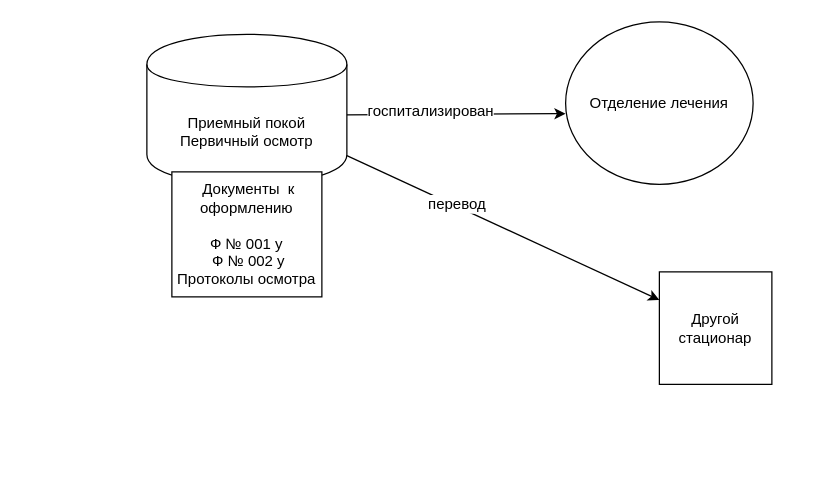
Above: Приемный покой.drawio in ShirapGanja/EMD (draw.io), before the change. Source tidied: cells renumbered, new cells numbered last; positions are measured from the earlier drawing's top-left corner, leaving out a move shared by most shapes. Both pictures are drawn from the tidied source at 125%, with x=0, y=0 at pixel (146, 21).
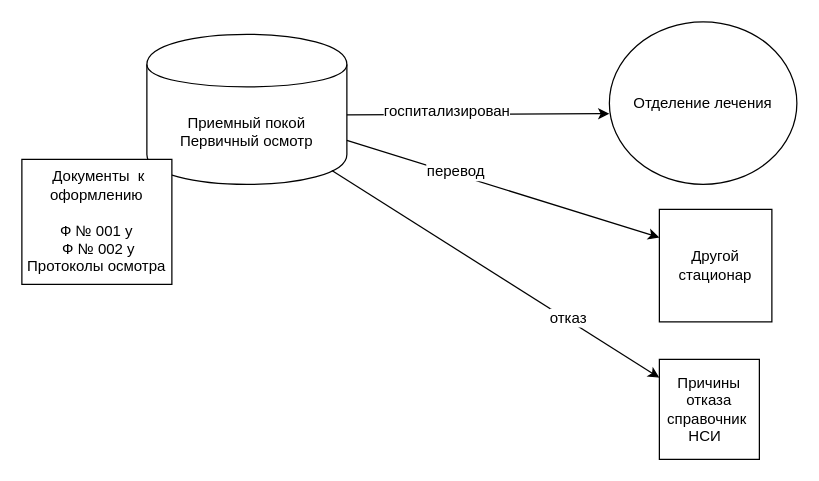
Above is the later version.

The edit, as a diff of the source:
```diff
@@
 <mxGraphModel>
   <root>
     <mxCell id="0" />
     <mxCell id="1" parent="0" />
     <mxCell id="2" value="Приемный покой&lt;br&gt;Первичный осмотр" style="shape=cylinder;whiteSpace=wrap;html=1;boundedLbl=1;backgroundOutline=1;" parent="1" vertex="1">
       <mxGeometry y="10" width="160" height="120" as="geometry" />
     </mxCell>
     <mxCell id="3" value="Отделение лечения" style="ellipse;whiteSpace=wrap;html=1;" parent="1" vertex="1">
-      <mxGeometry x="335" width="150" height="130" as="geometry" />
+      <mxGeometry x="370" width="150" height="130" as="geometry" />
     </mxCell>
     <mxCell id="4" style="endArrow=classic;html=1;entryX=0;entryY=0.565;entryDx=0;entryDy=0;entryPerimeter=0;exitX=1;exitY=0.536;exitDx=0;exitDy=0;exitPerimeter=0;" parent="1" edge="1" source="2" target="3">
       <mxGeometry relative="1" as="geometry" />
     </mxCell>
     <mxCell id="5" value="госпитализирован" style="text;html=1;align=center;verticalAlign=middle;labelBackgroundColor=#ffffff;" parent="4" vertex="1">
       <mxGeometry x="-0.24" y="2" relative="1" as="geometry" />
     </mxCell>
     <mxCell id="6" value="Другой стационар" style="whiteSpace=wrap;html=1;" parent="1" vertex="1">
-      <mxGeometry x="410" y="200" width="90" height="90" as="geometry" />
+      <mxGeometry x="410" y="150" width="90" height="90" as="geometry" />
     </mxCell>
     <mxCell id="7" style="endArrow=classic;html=1;entryX=0;entryY=0.25;entryDx=0;entryDy=0;" parent="1" edge="1" source="2" target="6">
       <mxGeometry relative="1" as="geometry" />
     </mxCell>
     <mxCell id="8" value="перевод" style="text;html=1;align=center;verticalAlign=middle;labelBackgroundColor=#ffffff;" parent="7" vertex="1">
       <mxGeometry x="-0.31" y="2" relative="1" as="geometry" />
     </mxCell>
     <mxCell id="9" value="&amp;nbsp;Документы&amp;nbsp; к оформлению&lt;br&gt;&lt;br&gt;Ф № 001 у&lt;br&gt;&amp;nbsp;Ф № 002 у&lt;br&gt;Протоколы осмотра" style="rounded=0;whiteSpace=wrap;html=1;" parent="1" vertex="1">
-      <mxGeometry x="20" y="120" width="120" height="100" as="geometry" />
+      <mxGeometry x="-100" y="110" width="120" height="100" as="geometry" />
     </mxCell>
+    <mxCell id="10" value="Причины отказа справочник&amp;nbsp; НСИ&amp;nbsp;&amp;nbsp;" style="whiteSpace=wrap;html=1;" parent="1" vertex="1">
+      <mxGeometry x="410" y="270" width="80" height="80" as="geometry" />
+    </mxCell>
+    <mxCell id="11" style="endArrow=classic;html=1;exitX=0.925;exitY=0.908;exitDx=0;exitDy=0;exitPerimeter=0;" parent="1" edge="1" source="2" target="10">
+      <mxGeometry relative="1" as="geometry" />
+    </mxCell>
+    <mxCell id="12" value="отказ" style="text;html=1;align=center;verticalAlign=middle;labelBackgroundColor=#ffffff;" parent="11" vertex="1">
+      <mxGeometry x="0.43" y="1" relative="1" as="geometry" />
+    </mxCell>
   </root>
 </mxGraphModel>
```
